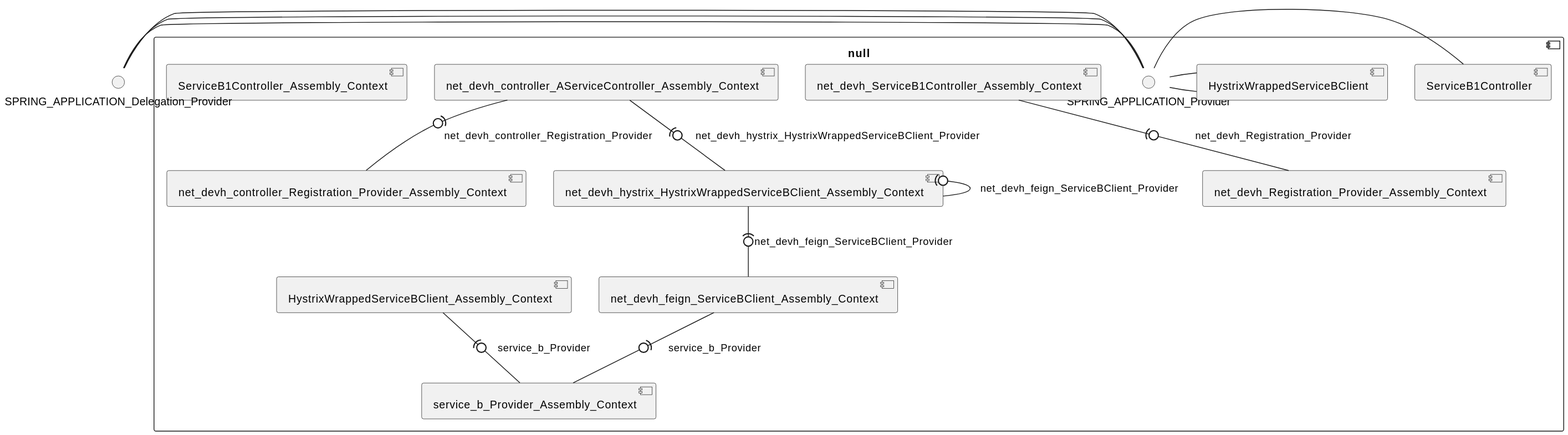
Above: yidongnan-spring-cloud-netflix-example/model_re/uml/systemDiagram.svg in View-Based-Reverse-Engineering/Retriever-Benchmark (PlantUML), before the change.
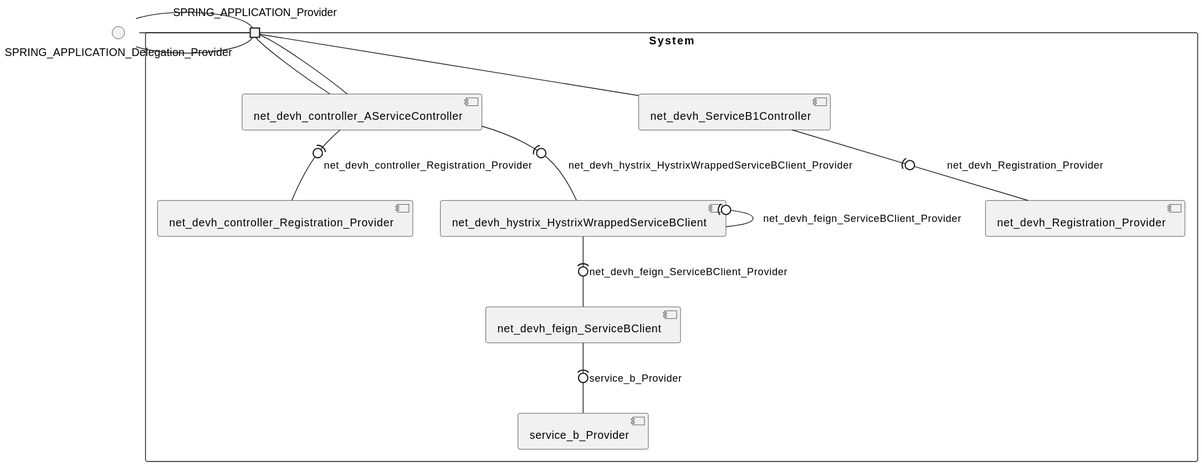
Later version of the same file.

Diff of the diagram source:
```diff
@@ -1,28 +1,29 @@
 @startuml
 skinparam fixCircleLabelOverlapping true
+skinparam componentStyle uml2
 () SPRING_APPLICATION_Delegation_Provider
-component null {
+rectangle System {
+[net_devh_Registration_Provider] [[yidongnan-spring-cloud-netflix-example.repository#_oHivgsApEe6ifLIxQynCbQ]]
+[net_devh_ServiceB1Controller] [[yidongnan-spring-cloud-netflix-example.repository#_oHivgsApEe6ifLIxQynCbQ]]
+[net_devh_controller_AServiceController] [[yidongnan-spring-cloud-netflix-example.repository#_oHivgsApEe6ifLIxQynCbQ]]
+[net_devh_controller_Registration_Provider] [[yidongnan-spring-cloud-netflix-example.repository#_oHivgsApEe6ifLIxQynCbQ]]
+[net_devh_feign_ServiceBClient] [[yidongnan-spring-cloud-netflix-example.repository#_oHivgsApEe6ifLIxQynCbQ]]
+[net_devh_hystrix_HystrixWrappedServiceBClient] [[yidongnan-spring-cloud-netflix-example.repository#_oHivgsApEe6ifLIxQynCbQ]]
+[service_b_Provider] [[yidongnan-spring-cloud-netflix-example.repository#_oHivgsApEe6ifLIxQynCbQ]]
+port SPRING_APPLICATION_Provider
 SPRING_APPLICATION_Delegation_Provider - SPRING_APPLICATION_Provider
-SPRING_APPLICATION_Provider - [ServiceB1Controller]
+SPRING_APPLICATION_Provider - [net_devh_ServiceB1Controller]
+port SPRING_APPLICATION_Provider
 SPRING_APPLICATION_Delegation_Provider - SPRING_APPLICATION_Provider
-SPRING_APPLICATION_Provider - [HystrixWrappedServiceBClient]
+SPRING_APPLICATION_Provider - [net_devh_controller_AServiceController]
+port SPRING_APPLICATION_Provider
 SPRING_APPLICATION_Delegation_Provider - SPRING_APPLICATION_Provider
-SPRING_APPLICATION_Provider - [HystrixWrappedServiceBClient]
-[net_devh_ServiceB1Controller_Assembly_Context] -(0- [net_devh_Registration_Provider_Assembly_Context] : net_devh_Registration_Provider
-[net_devh_controller_AServiceController_Assembly_Context] -(0- [net_devh_controller_Registration_Provider_Assembly_Context] : net_devh_controller_Registration_Provider
-[net_devh_hystrix_HystrixWrappedServiceBClient_Assembly_Context] -(0- [net_devh_feign_ServiceBClient_Assembly_Context] : net_devh_feign_ServiceBClient_Provider
-[net_devh_hystrix_HystrixWrappedServiceBClient_Assembly_Context] -(0- [net_devh_hystrix_HystrixWrappedServiceBClient_Assembly_Context] : net_devh_feign_ServiceBClient_Provider
-[net_devh_controller_AServiceController_Assembly_Context] -(0- [net_devh_hystrix_HystrixWrappedServiceBClient_Assembly_Context] : net_devh_hystrix_HystrixWrappedServiceBClient_Provider
-[net_devh_feign_ServiceBClient_Assembly_Context] -(0- [service_b_Provider_Assembly_Context] : service_b_Provider
-[HystrixWrappedServiceBClient_Assembly_Context] -(0- [service_b_Provider_Assembly_Context] : service_b_Provider
-[HystrixWrappedServiceBClient_Assembly_Context] [[yidongnan-spring-cloud-netflix-example.repository#_3QX2WLw4Ee6bT80UVZXLJg]]
-[ServiceB1Controller_Assembly_Context] [[yidongnan-spring-cloud-netflix-example.repository#_3QX2WLw4Ee6bT80UVZXLJg]]
-[net_devh_Registration_Provider_Assembly_Context] [[yidongnan-spring-cloud-netflix-example.repository#_3QX2WLw4Ee6bT80UVZXLJg]]
-[net_devh_ServiceB1Controller_Assembly_Context] [[yidongnan-spring-cloud-netflix-example.repository#_3QX2WLw4Ee6bT80UVZXLJg]]
-[net_devh_controller_AServiceController_Assembly_Context] [[yidongnan-spring-cloud-netflix-example.repository#_3QX2WLw4Ee6bT80UVZXLJg]]
-[net_devh_controller_Registration_Provider_Assembly_Context] [[yidongnan-spring-cloud-netflix-example.repository#_3QX2WLw4Ee6bT80UVZXLJg]]
-[net_devh_feign_ServiceBClient_Assembly_Context] [[yidongnan-spring-cloud-netflix-example.repository#_3QX2WLw4Ee6bT80UVZXLJg]]
-[net_devh_hystrix_HystrixWrappedServiceBClient_Assembly_Context] [[yidongnan-spring-cloud-netflix-example.repository#_3QX2WLw4Ee6bT80UVZXLJg]]
-[service_b_Provider_Assembly_Context] [[yidongnan-spring-cloud-netflix-example.repository#_3QX2WLw4Ee6bT80UVZXLJg]]
+SPRING_APPLICATION_Provider - [net_devh_controller_AServiceController]
+[net_devh_ServiceB1Controller] -(0- [net_devh_Registration_Provider] : net_devh_Registration_Provider
+[net_devh_controller_AServiceController] -(0- [net_devh_controller_Registration_Provider] : net_devh_controller_Registration_Provider
+[net_devh_hystrix_HystrixWrappedServiceBClient] -(0- [net_devh_feign_ServiceBClient] : net_devh_feign_ServiceBClient_Provider
+[net_devh_hystrix_HystrixWrappedServiceBClient] -(0- [net_devh_hystrix_HystrixWrappedServiceBClient] : net_devh_feign_ServiceBClient_Provider
+[net_devh_controller_AServiceController] -(0- [net_devh_hystrix_HystrixWrappedServiceBClient] : net_devh_hystrix_HystrixWrappedServiceBClient_Provider
+[net_devh_feign_ServiceBClient] -(0- [service_b_Provider] : service_b_Provider
 }
 @enduml
```
